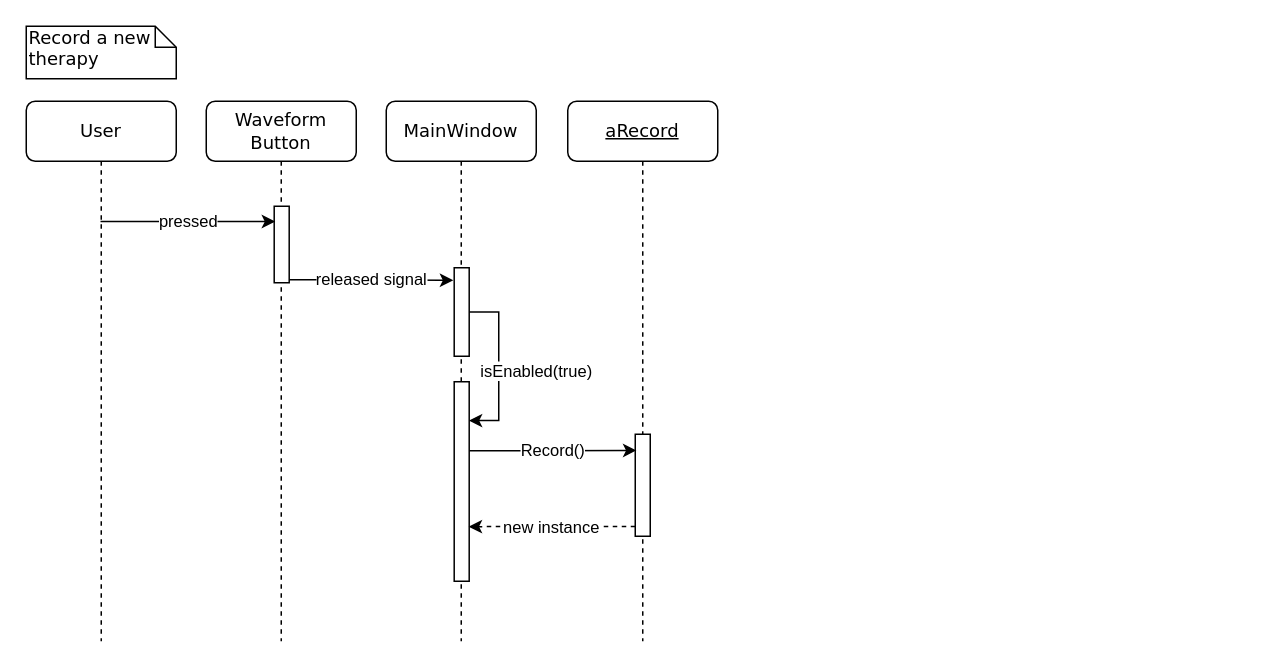
Before: Documentation/record_therapy.drawio in Hall-Andrew/CESDEVICE-3004FinalProject, a draw.io diagram. Source tidied: cells renumbered, new cells numbered last; positions are measured from the earlier drawing's top-left corner, leaving out a move shared by most shapes. Both pictures are drawn from the tidied source at 150%, with x=0, y=0 at pixel (26, 26).
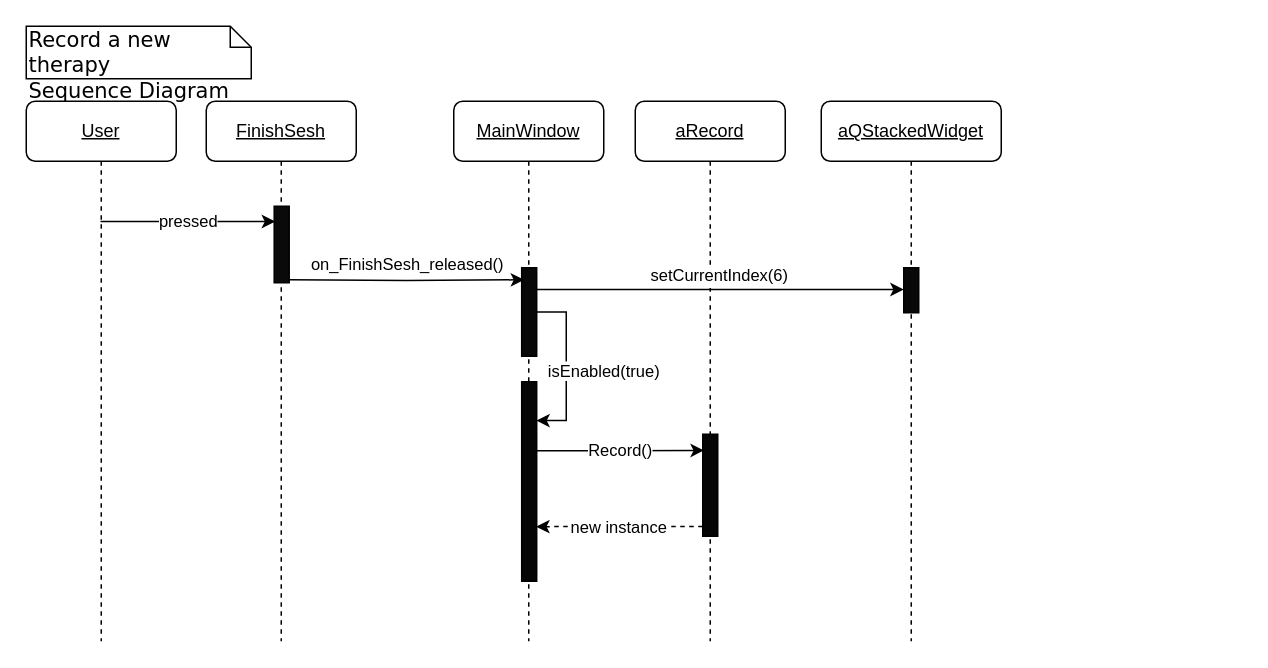
The same page after the edit.

Commit message (it also covers changes not shown here):
Removed leftover unused functions Changed function names to match Seq diagrams Edited some seq diagrams for consistancy In the process of fixing Record Sequence Diagram

Diff of the diagram source:
```diff
@@
-    <mxCell id="2" value="MainWindow" style="shape=umlLifeline;perimeter=lifelinePerimeter;whiteSpace=wrap;html=1;rounded=1;shadow=0;comic=0;labelBackgroundColor=none;strokeWidth=1;fontFamily=Verdana;fontSize=12;align=center;" parent="1" vertex="1">
-      <mxGeometry x="240" y="50" width="100" height="360" as="geometry" />
+    <mxCell id="2" value="&lt;u&gt;&lt;font face=&quot;Helvetica&quot;&gt;MainWindow&lt;/font&gt;&lt;/u&gt;" style="shape=umlLifeline;perimeter=lifelinePerimeter;whiteSpace=wrap;html=1;rounded=1;shadow=0;comic=0;labelBackgroundColor=none;strokeWidth=1;fontFamily=Verdana;fontSize=12;align=center;" parent="1" vertex="1">
+      <mxGeometry x="285" y="50" width="100" height="360" as="geometry" />
     </mxCell>
-    <mxCell id="3" value="User" style="shape=umlLifeline;perimeter=lifelinePerimeter;whiteSpace=wrap;html=1;outlineConnect=0;rounded=1;shadow=0;comic=0;labelBackgroundColor=none;strokeWidth=1;fontFamily=Verdana;fontSize=12;align=center;" parent="1" vertex="1">
+    <mxCell id="3" value="&lt;u&gt;&lt;font face=&quot;Helvetica&quot;&gt;User&lt;/font&gt;&lt;/u&gt;" style="shape=umlLifeline;perimeter=lifelinePerimeter;whiteSpace=wrap;html=1;outlineConnect=0;rounded=1;shadow=0;comic=0;labelBackgroundColor=none;strokeWidth=1;fontFamily=Verdana;fontSize=12;align=center;" parent="1" vertex="1">
       <mxGeometry y="50" width="100" height="360" as="geometry" />
     </mxCell>
-    <mxCell id="4" value="Record a new therapy" style="shape=note;whiteSpace=wrap;html=1;size=14;verticalAlign=top;align=left;spacingTop=-6;rounded=0;shadow=0;comic=0;labelBackgroundColor=none;strokeWidth=1;fontFamily=Verdana;fontSize=12;fillColor=default;strokeColor=default;fontColor=default;" parent="1" vertex="1">
-      <mxGeometry width="100" height="35" as="geometry" />
+    <mxCell id="4" value="&lt;font style=&quot;font-size: 14px&quot;&gt;Record a new therapy&lt;br&gt;Sequence Diagram&lt;br&gt;&lt;/font&gt;" style="shape=note;whiteSpace=wrap;html=1;size=14;verticalAlign=top;align=left;spacingTop=-6;rounded=0;shadow=0;comic=0;labelBackgroundColor=none;strokeWidth=1;fontFamily=Verdana;fontSize=12;fillColor=default;strokeColor=default;fontColor=default;" parent="1" vertex="1">
+      <mxGeometry width="150" height="35" as="geometry" />
     </mxCell>
-    <mxCell id="5" value="Waveform Button" style="shape=umlLifeline;perimeter=lifelinePerimeter;whiteSpace=wrap;html=1;rounded=1;shadow=0;comic=0;labelBackgroundColor=none;strokeWidth=1;fontFamily=Verdana;fontSize=12;align=center;" parent="1" vertex="1">
+    <mxCell id="5" value="&lt;u&gt;&lt;font face=&quot;Helvetica&quot;&gt;FinishSesh&lt;/font&gt;&lt;/u&gt;" style="shape=umlLifeline;perimeter=lifelinePerimeter;whiteSpace=wrap;html=1;rounded=1;shadow=0;comic=0;labelBackgroundColor=none;strokeWidth=1;fontFamily=Verdana;fontSize=12;align=center;" parent="1" vertex="1">
       <mxGeometry x="120" y="50" width="100" height="360" as="geometry" />
     </mxCell>
     <mxCell id="6" value="isEnabled(true)" style="edgeStyle=orthogonalEdgeStyle;rounded=0;orthogonalLoop=1;jettySize=auto;html=1;entryX=0.967;entryY=0.195;entryDx=0;entryDy=0;entryPerimeter=0;" parent="5" edge="1">
       <mxGeometry x="0.06" y="25" relative="1" as="geometry">
-        <mxPoint x="175.3" y="140.5" as="sourcePoint" />
-        <mxPoint x="175" y="212.9" as="targetPoint" />
+        <mxPoint x="220.3" y="140.5" as="sourcePoint" />
+        <mxPoint x="220" y="212.9" as="targetPoint" />
         <Array as="points">
-          <mxPoint x="195" y="140" />
-          <mxPoint x="195" y="213" />
+          <mxPoint x="240" y="140" />
+          <mxPoint x="240" y="213" />
         </Array>
       </mxGeometry>
     </mxCell>
-    <mxCell id="7" style="html=1;points=[];perimeter=orthogonalPerimeter;rounded=0;shadow=0;comic=0;labelBackgroundColor=none;strokeWidth=1;fontFamily=Verdana;fontSize=12;align=center;" parent="5" vertex="1">
-      <mxGeometry x="165.3" y="111" width="10" height="59" as="geometry" />
+    <mxCell id="7" style="html=1;points=[];perimeter=orthogonalPerimeter;rounded=0;shadow=0;comic=0;labelBackgroundColor=none;strokeWidth=1;fontFamily=Verdana;fontSize=12;align=center;fillColor=#080808;" parent="5" vertex="1">
+      <mxGeometry x="210.3" y="111" width="10" height="59" as="geometry" />
     </mxCell>
-    <mxCell id="8" style="html=1;points=[];perimeter=orthogonalPerimeter;rounded=0;shadow=0;comic=0;labelBackgroundColor=none;strokeWidth=1;fontFamily=Verdana;fontSize=12;align=center;" parent="5" vertex="1">
+    <mxCell id="8" style="html=1;points=[];perimeter=orthogonalPerimeter;rounded=0;shadow=0;comic=0;labelBackgroundColor=none;strokeWidth=1;fontFamily=Verdana;fontSize=12;align=center;fillColor=#0A0A0A;" parent="5" vertex="1">
       <mxGeometry x="45.3" y="70" width="10" height="51" as="geometry" />
     </mxCell>
-    <mxCell id="9" value="released signal" style="edgeStyle=orthogonalEdgeStyle;rounded=0;orthogonalLoop=1;jettySize=auto;html=1;entryX=-0.06;entryY=0.067;entryDx=0;entryDy=0;entryPerimeter=0;" parent="5" edge="1">
-      <mxGeometry relative="1" as="geometry">
+    <mxCell id="9" value="&lt;pre style=&quot;margin-top: 0px ; margin-bottom: 0px&quot;&gt;&lt;font face=&quot;Helvetica&quot; style=&quot;font-size: 11px&quot;&gt;on_FinishSesh_released()&lt;/font&gt;&lt;/pre&gt;" style="edgeStyle=orthogonalEdgeStyle;rounded=0;jettySize=auto;html=1;entryX=0.167;entryY=0.136;entryDx=0;entryDy=0;entryPerimeter=0;" parent="5" edge="1" target="7">
+      <mxGeometry y="9" relative="1" as="geometry">
         <mxPoint x="55.3" y="119" as="sourcePoint" />
-        <mxPoint x="164.7" y="119.4" as="targetPoint" />
-        <Array as="points">
-          <mxPoint x="80.3" y="119" />
-          <mxPoint x="80.3" y="119" />
-        </Array>
       </mxGeometry>
     </mxCell>
-    <mxCell id="10" style="html=1;perimeter=orthogonalPerimeter;rounded=0;shadow=0;comic=0;labelBackgroundColor=none;strokeWidth=1;fontFamily=Verdana;fontSize=12;align=center;" parent="5" vertex="1">
-      <mxGeometry x="165.3" y="187" width="10" height="133" as="geometry" />
+    <mxCell id="10" style="html=1;perimeter=orthogonalPerimeter;rounded=0;shadow=0;comic=0;labelBackgroundColor=none;strokeWidth=1;fontFamily=Verdana;fontSize=12;align=center;fillColor=#050505;" parent="5" vertex="1">
+      <mxGeometry x="210.3" y="187" width="10" height="133" as="geometry" />
     </mxCell>
@@
-    <mxCell id="12" value="&lt;u&gt;aRecord&lt;/u&gt;" style="shape=umlLifeline;perimeter=lifelinePerimeter;whiteSpace=wrap;html=1;rounded=1;shadow=0;comic=0;labelBackgroundColor=none;strokeWidth=1;fontFamily=Verdana;fontSize=12;align=center;" parent="1" vertex="1">
-      <mxGeometry x="361" y="50" width="100" height="360" as="geometry" />
+    <mxCell id="12" value="&lt;u&gt;&lt;font face=&quot;Helvetica&quot;&gt;aRecord&lt;/font&gt;&lt;/u&gt;" style="shape=umlLifeline;perimeter=lifelinePerimeter;whiteSpace=wrap;html=1;rounded=1;shadow=0;comic=0;labelBackgroundColor=none;strokeWidth=1;fontFamily=Verdana;fontSize=12;align=center;" parent="1" vertex="1">
+      <mxGeometry x="406" y="50" width="100" height="360" as="geometry" />
     </mxCell>
-    <mxCell id="13" style="html=1;perimeter=orthogonalPerimeter;rounded=0;shadow=0;comic=0;labelBackgroundColor=none;strokeWidth=1;fontFamily=Verdana;fontSize=12;align=center;" parent="12" vertex="1">
+    <mxCell id="13" style="html=1;perimeter=orthogonalPerimeter;rounded=0;shadow=0;comic=0;labelBackgroundColor=none;strokeWidth=1;fontFamily=Verdana;fontSize=12;align=center;fillColor=#050505;" parent="12" vertex="1">
       <mxGeometry x="45" y="222" width="10" height="68" as="geometry" />
     </mxCell>
+    <mxCell id="16" value="&lt;pre style=&quot;margin-top: 0px ; margin-bottom: 0px&quot;&gt;&lt;font face=&quot;Helvetica&quot; style=&quot;font-size: 11px&quot;&gt;setCurrentIndex(6)&lt;/font&gt;&lt;/pre&gt;" style="edgeStyle=orthogonalEdgeStyle;rounded=0;jettySize=auto;html=1;" parent="12" edge="1" target="19">
+      <mxGeometry y="9" relative="1" as="geometry">
+        <mxPoint x="-65.7" y="125.5" as="sourcePoint" />
+      </mxGeometry>
+    </mxCell>
     <mxCell id="14" value="Record()" style="edgeStyle=orthogonalEdgeStyle;rounded=0;orthogonalLoop=1;jettySize=auto;html=1;entryX=0.08;entryY=0.27;entryDx=0;entryDy=0;entryPerimeter=0;" parent="1" edge="1">
       <mxGeometry relative="1" as="geometry">
-        <mxPoint x="295.3" y="283" as="sourcePoint" />
-        <mxPoint x="406.8" y="282.8" as="targetPoint" />
+        <mxPoint x="340.3" y="283" as="sourcePoint" />
+        <mxPoint x="451.8" y="282.8" as="targetPoint" />
         <Array as="points">
-          <mxPoint x="340" y="283" />
-          <mxPoint x="340" y="283" />
+          <mxPoint x="385" y="283" />
+          <mxPoint x="385" y="283" />
         </Array>
       </mxGeometry>
     </mxCell>
     <mxCell id="15" value="new instance" style="edgeStyle=orthogonalEdgeStyle;rounded=0;orthogonalLoop=1;jettySize=auto;html=1;entryX=0.956;entryY=0.249;entryDx=0;entryDy=0;entryPerimeter=0;dashed=1;" parent="1" edge="1">
       <mxGeometry relative="1" as="geometry">
-        <mxPoint x="406" y="333.5" as="sourcePoint" />
-        <mxPoint x="294.9" y="333.6" as="targetPoint" />
+        <mxPoint x="451" y="333.5" as="sourcePoint" />
+        <mxPoint x="339.9" y="333.6" as="targetPoint" />
         <Array as="points">
-          <mxPoint x="350" y="334" />
-          <mxPoint x="295" y="334" />
+          <mxPoint x="395" y="334" />
+          <mxPoint x="340" y="334" />
         </Array>
       </mxGeometry>
     </mxCell>
+    <mxCell id="17" value="&lt;pre style=&quot;margin-top: 0px ; margin-bottom: 0px ; margin-left: 0px ; margin-right: 0px ; text-indent: 0px&quot;&gt;&lt;br&gt;&lt;/pre&gt;" style="text;whiteSpace=wrap;html=1;fontSize=14;fontFamily=Helvetica;" parent="1" vertex="1">
+      <mxGeometry x="630" y="110" width="180" height="30" as="geometry" />
+    </mxCell>
+    <mxCell id="18" value="&lt;u&gt;&lt;font face=&quot;Helvetica&quot;&gt;aQStackedWidget&lt;/font&gt;&lt;/u&gt;" style="shape=umlLifeline;perimeter=lifelinePerimeter;whiteSpace=wrap;html=1;rounded=1;shadow=0;comic=0;labelBackgroundColor=none;strokeWidth=1;fontFamily=Verdana;fontSize=12;align=center;" parent="1" vertex="1">
+      <mxGeometry x="530" y="50" width="120" height="360" as="geometry" />
+    </mxCell>
+    <mxCell id="19" style="html=1;points=[];perimeter=orthogonalPerimeter;rounded=0;shadow=0;comic=0;labelBackgroundColor=none;strokeWidth=1;fontFamily=Verdana;fontSize=12;align=center;fillColor=#080808;" parent="18" vertex="1">
+      <mxGeometry x="55" y="111" width="10" height="30" as="geometry" />
+    </mxCell>
```
